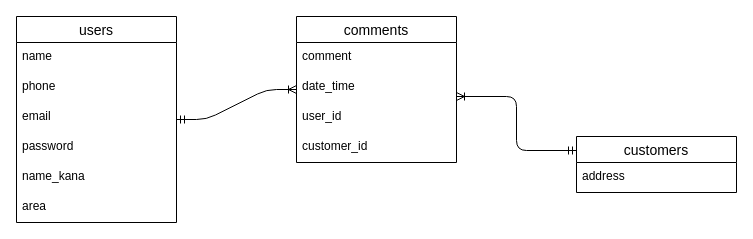
The draw.io diagram visit.dio in MaaaaaaaSa/VisitHistory, before the edit. Source tidied: cells renumbered, new cells numbered last; positions are measured from the earlier drawing's top-left corner, leaving out a move shared by most shapes. Both pictures are drawn from the tidied source at 100%, with x=0, y=0 at pixel (16, 16).
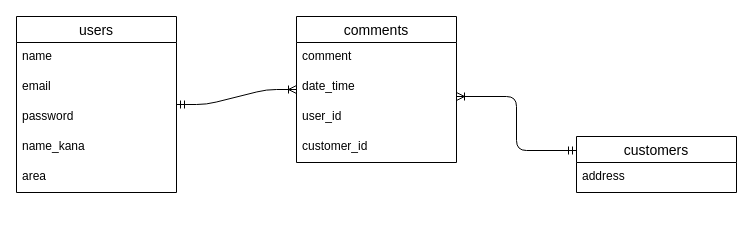
After the change.

The edit, as a diff of the source:
```diff
@@
 <mxGraphModel>
   <root>
     <mxCell id="0" />
     <mxCell id="1" parent="0" />
     <mxCell id="2" value="users" style="swimlane;fontStyle=0;horizontal=1;startSize=26;align=center;fontSize=14;" parent="1" vertex="1">
-      <mxGeometry width="160" height="206" as="geometry" />
+      <mxGeometry width="160" height="176" as="geometry" />
     </mxCell>
     <mxCell id="3" value="name" style="text;strokeColor=none;fillColor=none;spacingLeft=4;spacingRight=4;overflow=hidden;fontSize=12;" parent="2" vertex="1">
       <mxGeometry y="26" width="160" height="30" as="geometry" />
     </mxCell>
-    <mxCell id="4" value="phone" style="text;strokeColor=none;fillColor=none;spacingLeft=4;spacingRight=4;overflow=hidden;fontSize=12;" parent="2" vertex="1">
-      <mxGeometry y="56" width="160" height="30" as="geometry" />
-    </mxCell>
     <mxCell id="5" value="email" style="text;strokeColor=none;fillColor=none;spacingLeft=4;spacingRight=4;overflow=hidden;fontSize=12;" parent="2" vertex="1">
-      <mxGeometry y="86" width="160" height="30" as="geometry" />
+      <mxGeometry y="56" width="160" height="30" as="geometry" />
     </mxCell>
     <mxCell id="6" value="password" style="text;strokeColor=none;fillColor=none;spacingLeft=4;spacingRight=4;overflow=hidden;fontSize=12;" parent="2" vertex="1">
-      <mxGeometry y="116" width="160" height="30" as="geometry" />
+      <mxGeometry y="86" width="160" height="30" as="geometry" />
     </mxCell>
     <mxCell id="7" value="name_kana" style="text;strokeColor=none;fillColor=none;spacingLeft=4;spacingRight=4;overflow=hidden;fontSize=12;" parent="2" vertex="1">
-      <mxGeometry y="146" width="160" height="30" as="geometry" />
+      <mxGeometry y="116" width="160" height="30" as="geometry" />
     </mxCell>
     <mxCell id="8" value="area" style="text;strokeColor=none;fillColor=none;spacingLeft=4;spacingRight=4;overflow=hidden;fontSize=12;" parent="2" vertex="1">
-      <mxGeometry y="176" width="160" height="30" as="geometry" />
+      <mxGeometry y="146" width="160" height="30" as="geometry" />
     </mxCell>
     <mxCell id="9" value="customers" style="swimlane;fontStyle=0;horizontal=1;startSize=26;align=center;fontSize=14;" parent="1" vertex="1">
       <mxGeometry x="560" y="120" width="160" height="56" as="geometry" />
     </mxCell>
     <mxCell id="10" value="address" style="text;strokeColor=none;fillColor=none;spacingLeft=4;spacingRight=4;overflow=hidden;fontSize=12;" parent="9" vertex="1">
       <mxGeometry y="26" width="160" height="30" as="geometry" />
     </mxCell>
     <mxCell id="11" value="comments" style="swimlane;fontStyle=0;horizontal=1;startSize=26;align=center;fontSize=14;" parent="1" vertex="1">
       <mxGeometry x="280" width="160" height="146" as="geometry" />
     </mxCell>
     <mxCell id="12" value="comment" style="text;strokeColor=none;fillColor=none;spacingLeft=4;spacingRight=4;overflow=hidden;fontSize=12;" parent="11" vertex="1">
       <mxGeometry y="26" width="160" height="30" as="geometry" />
     </mxCell>
     <mxCell id="13" value="date_time" style="text;strokeColor=none;fillColor=none;spacingLeft=4;spacingRight=4;overflow=hidden;fontSize=12;" parent="11" vertex="1">
       <mxGeometry y="56" width="160" height="30" as="geometry" />
     </mxCell>
     <mxCell id="14" value="user_id" style="text;strokeColor=none;fillColor=none;spacingLeft=4;spacingRight=4;overflow=hidden;fontSize=12;" parent="11" vertex="1">
       <mxGeometry y="86" width="160" height="30" as="geometry" />
     </mxCell>
     <mxCell id="15" value="customer_id" style="text;strokeColor=none;fillColor=none;spacingLeft=4;spacingRight=4;overflow=hidden;fontSize=12;" parent="11" vertex="1">
       <mxGeometry y="116" width="160" height="30" as="geometry" />
     </mxCell>
     <mxCell id="16" style="fontSize=12;html=1;endArrow=ERoneToMany;startArrow=ERmandOne;exitX=0;exitY=0.25;exitDx=0;exitDy=0;edgeStyle=elbowEdgeStyle;" parent="1" edge="1" source="9">
       <mxGeometry relative="1" as="geometry">
         <mxPoint x="440" y="80" as="targetPoint" />
       </mxGeometry>
     </mxCell>
     <mxCell id="17" style="edgeStyle=entityRelationEdgeStyle;fontSize=12;html=1;endArrow=ERoneToMany;startArrow=ERmandOne;" parent="1" edge="1" source="2" target="11">
       <mxGeometry relative="1" as="geometry" />
     </mxCell>
   </root>
 </mxGraphModel>
```
